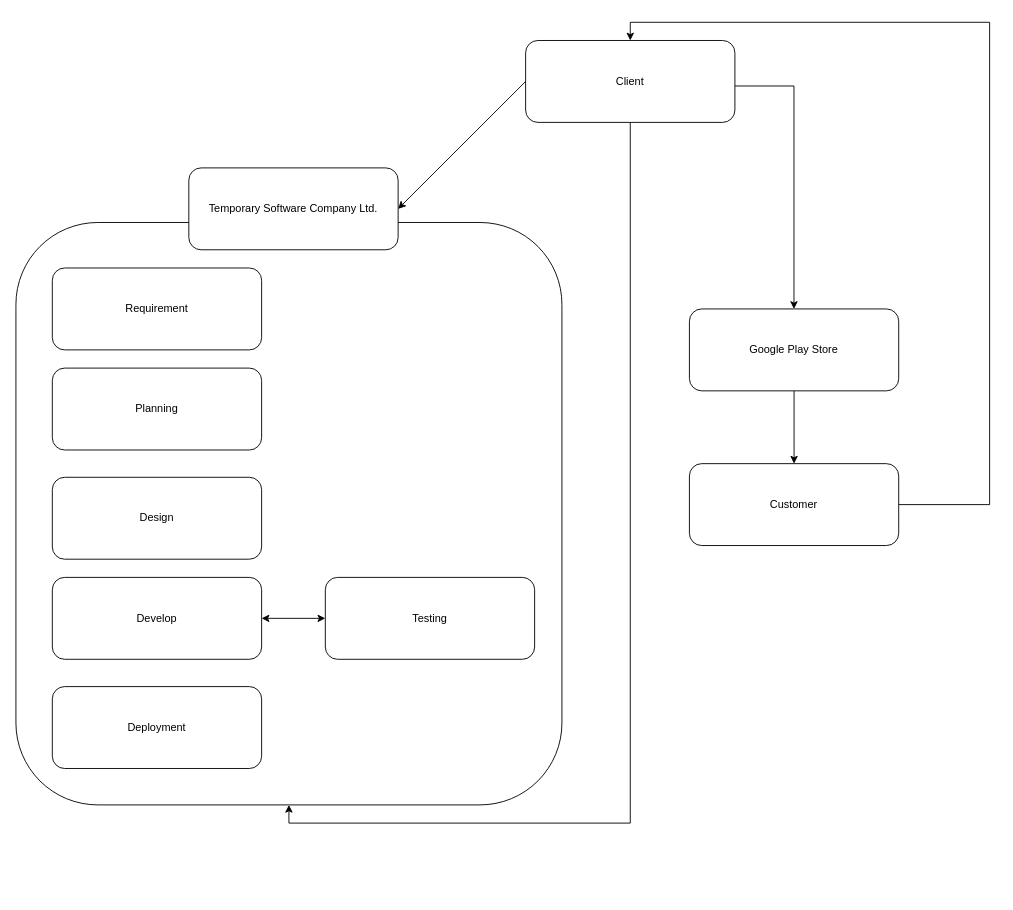
The draw.io diagram BSPI.drawio in jamilxt/android_workshop_bspi, before the edit. Source tidied: cells renumbered, new cells numbered last; positions are measured from the earlier drawing's top-left corner, leaving out a move shared by most shapes. Both pictures are drawn from the tidied source at 91%, with x=0, y=0 at pixel (15, 22).
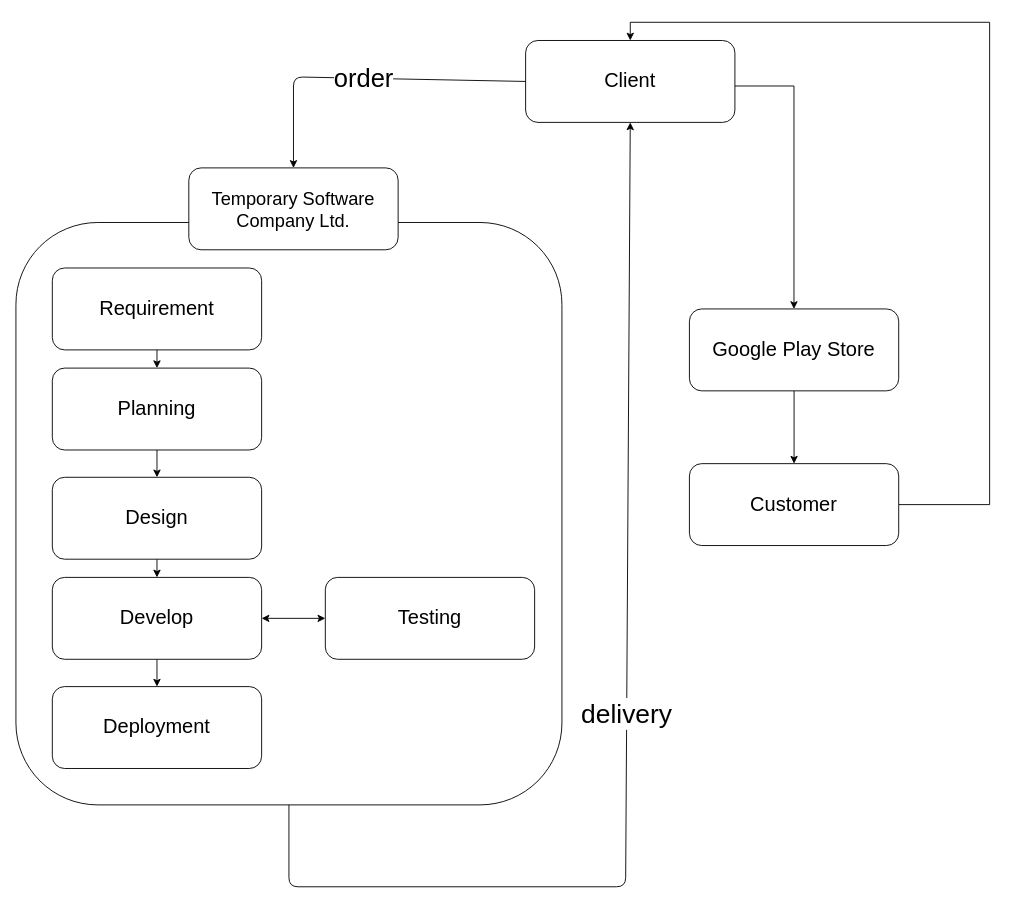
After the change.

Unchanged cells that the change refers to:
```xml
<mxCell id="2" style="rounded=1;whiteSpace=wrap;html=1;" parent="1" vertex="1">
  <mxGeometry y="220" width="600" height="640" as="geometry" />
</mxCell>
```

What changed in the source:
```diff
@@
-    <mxCell id="3" value="Temporary Software Company Ltd." style="rounded=1;whiteSpace=wrap;html=1;" parent="1" vertex="1">
+    <mxCell id="3" value="Temporary Software Company Ltd." style="rounded=1;whiteSpace=wrap;html=1;fontSize=20;" parent="1" vertex="1">
       <mxGeometry x="190" y="160" width="230" height="90" as="geometry" />
     </mxCell>
-    <mxCell id="4" value="&lt;div&gt;Requirement&lt;/div&gt;" style="rounded=1;whiteSpace=wrap;html=1;" parent="1" vertex="1">
+    <mxCell id="4" value="&lt;div style=&quot;font-size: 22px;&quot;&gt;Requirement&lt;/div&gt;" style="rounded=1;whiteSpace=wrap;html=1;fontSize=22;" parent="1" vertex="1">
       <mxGeometry x="40" y="270" width="230" height="90" as="geometry" />
     </mxCell>
+    <mxCell id="19" style="edgeStyle=orthogonalEdgeStyle;rounded=0;jettySize=auto;html=1;exitX=0.5;exitY=1;exitDx=0;exitDy=0;entryX=0.5;entryY=0;entryDx=0;entryDy=0;fontSize=22;" parent="1" edge="1" source="5" target="6">
+      <mxGeometry relative="1" as="geometry" />
+    </mxCell>
-    <mxCell id="5" value="&lt;div&gt;Planning&lt;/div&gt;" style="rounded=1;whiteSpace=wrap;html=1;" parent="1" vertex="1">
+    <mxCell id="5" value="&lt;div style=&quot;font-size: 22px;&quot;&gt;Planning&lt;/div&gt;" style="rounded=1;whiteSpace=wrap;html=1;fontSize=22;" parent="1" vertex="1">
       <mxGeometry x="40" y="380" width="230" height="90" as="geometry" />
     </mxCell>
+    <mxCell id="20" style="edgeStyle=orthogonalEdgeStyle;rounded=0;jettySize=auto;html=1;exitX=0.5;exitY=1;exitDx=0;exitDy=0;entryX=0.5;entryY=0;entryDx=0;entryDy=0;fontSize=22;" parent="1" edge="1" source="6" target="7">
+      <mxGeometry relative="1" as="geometry" />
+    </mxCell>
-    <mxCell id="6" value="Design" style="rounded=1;whiteSpace=wrap;html=1;" parent="1" vertex="1">
+    <mxCell id="6" value="Design" style="rounded=1;whiteSpace=wrap;html=1;fontSize=22;" parent="1" vertex="1">
       <mxGeometry x="40" y="500" width="230" height="90" as="geometry" />
     </mxCell>
+    <mxCell id="21" style="edgeStyle=orthogonalEdgeStyle;rounded=0;jettySize=auto;html=1;exitX=0.5;exitY=1;exitDx=0;exitDy=0;entryX=0.5;entryY=0;entryDx=0;entryDy=0;fontSize=22;" parent="1" edge="1" source="7" target="9">
+      <mxGeometry relative="1" as="geometry" />
+    </mxCell>
-    <mxCell id="7" value="&lt;div&gt;Develop&lt;/div&gt;" style="rounded=1;whiteSpace=wrap;html=1;" parent="1" vertex="1">
+    <mxCell id="7" value="&lt;div style=&quot;font-size: 22px;&quot;&gt;Develop&lt;/div&gt;" style="rounded=1;whiteSpace=wrap;html=1;fontSize=22;" parent="1" vertex="1">
       <mxGeometry x="40" y="610" width="230" height="90" as="geometry" />
     </mxCell>
-    <mxCell id="8" value="Testing" style="rounded=1;whiteSpace=wrap;html=1;" parent="1" vertex="1">
+    <mxCell id="8" value="Testing" style="rounded=1;whiteSpace=wrap;html=1;fontSize=22;" parent="1" vertex="1">
       <mxGeometry x="340" y="610" width="230" height="90" as="geometry" />
     </mxCell>
-    <mxCell id="9" value="Deployment" style="rounded=1;whiteSpace=wrap;html=1;" parent="1" vertex="1">
+    <mxCell id="9" value="Deployment" style="rounded=1;whiteSpace=wrap;html=1;fontSize=22;" parent="1" vertex="1">
       <mxGeometry x="40" y="730" width="230" height="90" as="geometry" />
     </mxCell>
@@
-    <mxCell id="12" style="edgeStyle=orthogonalEdgeStyle;rounded=0;jettySize=auto;html=1;entryX=0.5;entryY=1;entryDx=0;entryDy=0;" parent="1" edge="1" source="13" target="2">
-      <mxGeometry relative="1" as="geometry" />
-    </mxCell>
-    <mxCell id="13" value="Client" style="rounded=1;whiteSpace=wrap;html=1;" parent="1" vertex="1">
+    <mxCell id="13" value="Client" style="rounded=1;whiteSpace=wrap;html=1;fontSize=22;" parent="1" vertex="1">
       <mxGeometry x="560.1" y="20" width="230" height="90" as="geometry" />
     </mxCell>
@@
-    <mxCell id="15" value="&lt;div&gt;Google Play Store&lt;/div&gt;" style="rounded=1;whiteSpace=wrap;html=1;" parent="1" vertex="1">
+    <mxCell id="15" value="&lt;div style=&quot;font-size: 22px;&quot;&gt;Google Play Store&lt;/div&gt;" style="rounded=1;whiteSpace=wrap;html=1;fontSize=22;" parent="1" vertex="1">
       <mxGeometry x="740.1" y="315" width="230" height="90" as="geometry" />
     </mxCell>
@@
-    <mxCell id="17" value="Customer" style="rounded=1;whiteSpace=wrap;html=1;" parent="1" vertex="1">
+    <mxCell id="17" value="Customer" style="rounded=1;whiteSpace=wrap;html=1;fontSize=22;" parent="1" vertex="1">
       <mxGeometry x="740.1" y="485" width="230" height="90" as="geometry" />
     </mxCell>
-    <mxCell id="18" style="endArrow=classic;html=1;exitX=0;exitY=0.5;exitDx=0;exitDy=0;entryX=1;entryY=0.5;entryDx=0;entryDy=0;" parent="1" edge="1" source="13" target="3">
-      <mxGeometry relative="1" as="geometry" />
+    <mxCell id="18" value="order" style="endArrow=classic;html=1;exitX=0;exitY=0.5;exitDx=0;exitDy=0;entryX=0.5;entryY=0;entryDx=0;entryDy=0;fontSize=28;" parent="1" edge="1" source="13" target="3">
+      <mxGeometry relative="1" as="geometry">
+        <Array as="points">
+          <mxPoint x="305" y="60" />
+        </Array>
+      </mxGeometry>
     </mxCell>
+    <mxCell id="22" value="delivery" style="endArrow=classic;html=1;exitX=0.5;exitY=1;exitDx=0;exitDy=0;entryX=0.5;entryY=1;entryDx=0;entryDy=0;fontSize=29;" parent="1" edge="1" source="2" target="13">
+      <mxGeometry relative="1" as="geometry">
+        <Array as="points">
+          <mxPoint x="300" y="950" />
+          <mxPoint x="670" y="950" />
+        </Array>
+      </mxGeometry>
+    </mxCell>
+    <mxCell id="23" style="endArrow=classic;html=1;fontSize=22;entryX=0.5;entryY=0;entryDx=0;entryDy=0;exitX=0.5;exitY=1;exitDx=0;exitDy=0;" parent="1" edge="1" source="4" target="5">
+      <mxGeometry relative="1" as="geometry" />
+    </mxCell>
```
